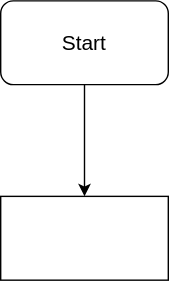
Earlier version of the draw.io export printf.svg (davehypercodes/printf). Source tidied: cells renumbered, new cells last; positions are measured from the earlier drawing's top-left corner, leaving out a move shared by most shapes.
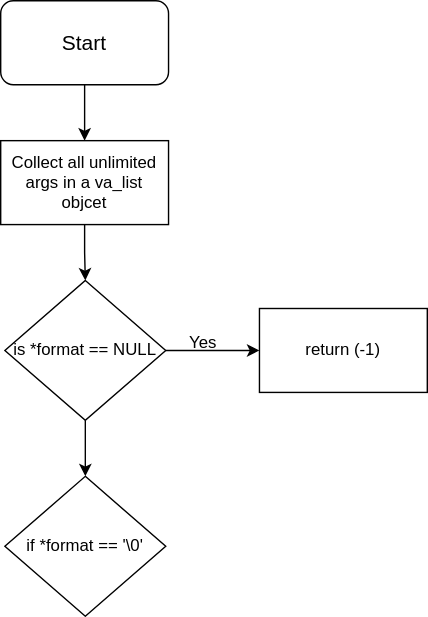
Above is the later version.

Change to the diagram source:
```diff
@@ -8,8 +8,29 @@
     <mxCell id="3" value="&lt;font style=&quot;font-size: 15px;&quot;&gt;Start&lt;/font&gt;" style="rounded=1;whiteSpace=wrap;html=1;" parent="1" vertex="1">
       <mxGeometry width="120" height="60" as="geometry" />
     </mxCell>
+    <mxCell id="5" style="edgeStyle=orthogonalEdgeStyle;rounded=0;jettySize=auto;html=1;exitX=0.5;exitY=1;exitDx=0;exitDy=0;entryX=0.5;entryY=0;entryDx=0;entryDy=0;" parent="1" edge="1" source="4" target="8">
+      <mxGeometry relative="1" as="geometry" />
+    </mxCell>
-    <mxCell id="4" style="rounded=0;whiteSpace=wrap;html=1;" parent="1" vertex="1">
-      <mxGeometry y="140" width="120" height="60" as="geometry" />
+    <mxCell id="4" value="Collect all unlimited args in a va_list objcet" style="rounded=0;whiteSpace=wrap;html=1;" parent="1" vertex="1">
+      <mxGeometry y="100" width="120" height="60" as="geometry" />
     </mxCell>
+    <mxCell id="6" style="edgeStyle=orthogonalEdgeStyle;rounded=0;jettySize=auto;html=1;exitX=1;exitY=0.5;exitDx=0;exitDy=0;" parent="1" edge="1" source="8" target="9">
+      <mxGeometry relative="1" as="geometry" />
+    </mxCell>
+    <mxCell id="7" style="edgeStyle=orthogonalEdgeStyle;rounded=0;jettySize=auto;html=1;" parent="1" edge="1" source="8" target="10">
+      <mxGeometry relative="1" as="geometry" />
+    </mxCell>
+    <mxCell id="8" value="is *format == NULL" style="rhombus;whiteSpace=wrap;html=1;" parent="1" vertex="1">
+      <mxGeometry x="3" y="200" width="115" height="100" as="geometry" />
+    </mxCell>
+    <mxCell id="9" value="return (-1)" style="rounded=0;whiteSpace=wrap;html=1;" parent="1" vertex="1">
+      <mxGeometry x="185" y="220" width="120" height="60" as="geometry" />
+    </mxCell>
+    <mxCell id="10" value="if *format == '\0'" style="rhombus;whiteSpace=wrap;html=1;" parent="1" vertex="1">
+      <mxGeometry x="3" y="340" width="115" height="100" as="geometry" />
+    </mxCell>
+    <mxCell id="11" value="Yes" style="text;html=1;align=center;verticalAlign=middle;whiteSpace=wrap;rounded=0;" parent="1" vertex="1">
+      <mxGeometry x="115" y="230" width="60" height="30" as="geometry" />
+    </mxCell>
   </root>
 </mxGraphModel>
```
